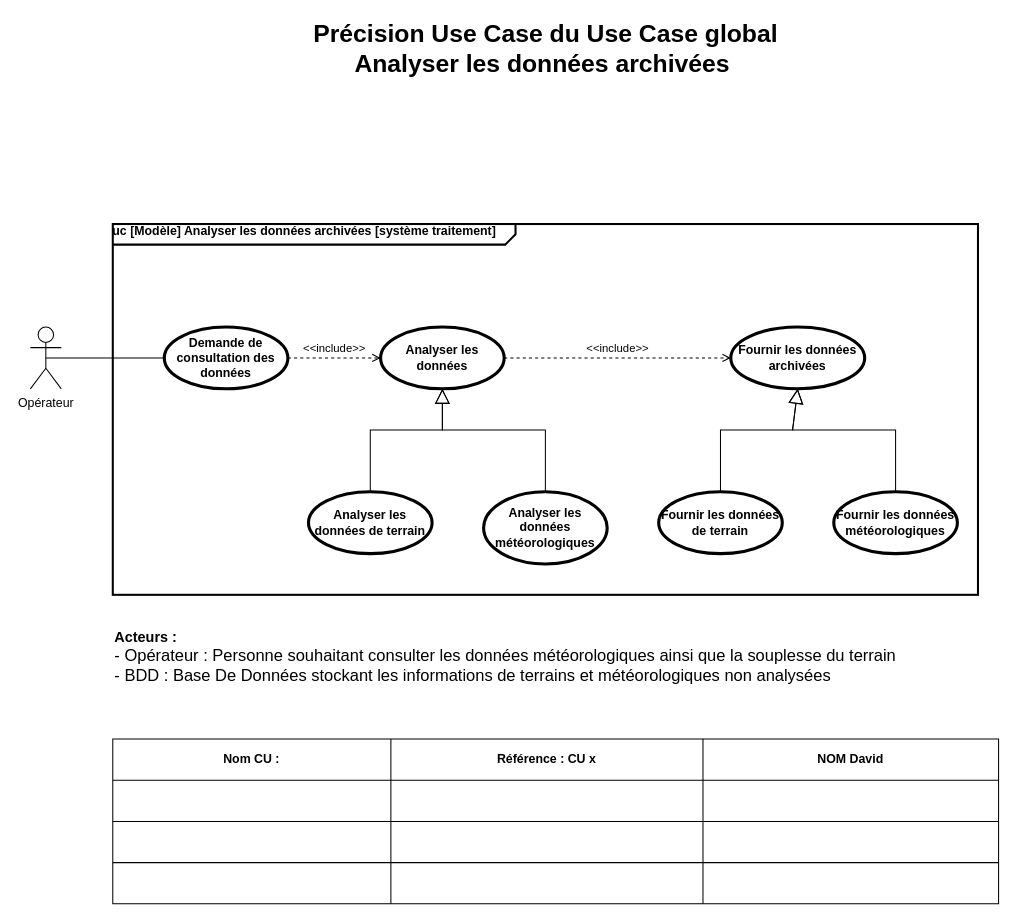
ToGen49/Hippodrome keeps this draw.io diagram as SYSML/UseCase/D-UC_Analyser_les_donnees_archivees-F1.drawio. Above is the earlier version. Source tidied: cells renumbered, new cells numbered last; positions are measured from the earlier drawing's top-left corner, leaving out a move shared by most shapes. Both pictures are drawn from the tidied source at 103%, with x=0, y=0 at pixel (30, 18).
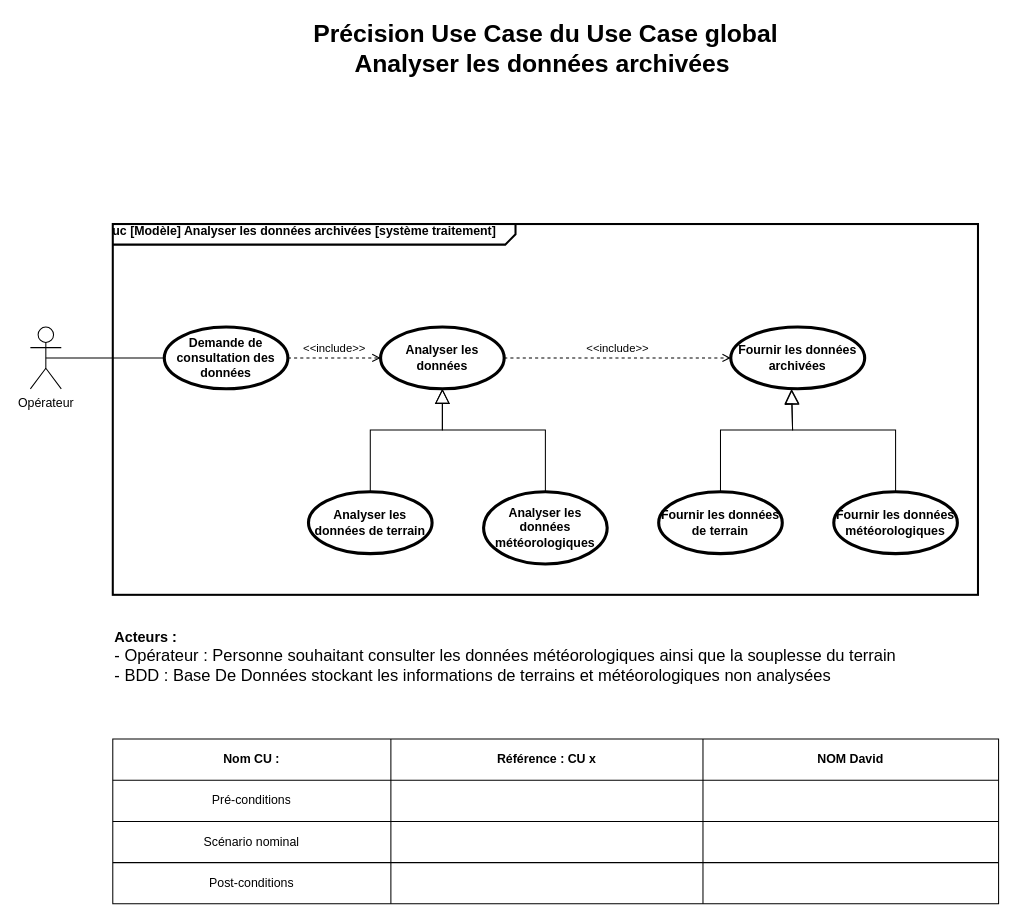
Above is the later version.

Commit message (it also covers changes not shown here):
Mettre à jour D-UC_Analyser_les_donnees_archivees-F1.drawio

The change refers to these unchanged cells:
```xml
<mxCell id="6" value="Fournir les données archivées" style="shape=ellipse;html=1;strokeWidth=3;fontStyle=1;whiteSpace=wrap;align=center;perimeter=ellipsePerimeter;" parent="1" vertex="1">
  <mxGeometry x="680" y="300" width="130" height="60" as="geometry" />
</mxCell>
<mxCell id="13" value="Fournir les données météorologiques" style="shape=ellipse;html=1;strokeWidth=3;fontStyle=1;whiteSpace=wrap;align=center;perimeter=ellipsePerimeter;" parent="1" vertex="1">
  <mxGeometry x="780" y="460" width="120" height="60" as="geometry" />
</mxCell>
<mxCell id="14" value="Fournir les données de terrain" style="shape=ellipse;html=1;strokeWidth=3;fontStyle=1;whiteSpace=wrap;align=center;perimeter=ellipsePerimeter;" parent="1" vertex="1">
  <mxGeometry x="610" y="460" width="120" height="60" as="geometry" />
</mxCell>
<mxCell id="25" style="shape=tableRow;horizontal=0;startSize=0;swimlaneHead=0;swimlaneBody=0;strokeColor=inherit;top=0;left=0;bottom=0;right=0;fillColor=none;" parent="20" vertex="1">
  <mxGeometry y="40" width="860" height="40" as="geometry" />
</mxCell>
<mxCell id="29" style="shape=tableRow;horizontal=0;startSize=0;swimlaneHead=0;swimlaneBody=0;strokeColor=inherit;top=0;left=0;bottom=0;right=0;fillColor=none;" parent="20" vertex="1">
  <mxGeometry y="80" width="860" height="40" as="geometry" />
</mxCell>
<mxCell id="33" style="shape=tableRow;horizontal=0;startSize=0;swimlaneHead=0;swimlaneBody=0;strokeColor=inherit;top=0;left=0;bottom=0;right=0;fillColor=none;" parent="20" vertex="1">
  <mxGeometry y="120" width="860" height="40" as="geometry" />
</mxCell>
```

The edit, as a diff of the source:
```diff
@@
-    <mxCell id="12" style="edgeStyle=none;html=1;endArrow=block;endFill=0;endSize=12;verticalAlign=bottom;rounded=0;exitX=0.5;exitY=0;exitDx=0;exitDy=0;entryX=0.5;entryY=1;entryDx=0;entryDy=0;" parent="1" edge="1" source="14" target="6">
+    <mxCell id="12" style="edgeStyle=none;html=1;endArrow=block;endFill=0;endSize=12;verticalAlign=bottom;rounded=0;exitX=0.5;exitY=0;exitDx=0;exitDy=0;entryX=0.454;entryY=1;entryDx=0;entryDy=0;entryPerimeter=0;" parent="1" edge="1" source="14" target="6">
       <mxGeometry relative="1" as="geometry">
         <Array as="points">
           <mxPoint x="670" y="400" />
           <mxPoint x="740" y="400" />
         </Array>
       </mxGeometry>
     </mxCell>
@@
-    <mxCell id="15" style="edgeStyle=none;html=1;endArrow=block;endFill=0;endSize=12;verticalAlign=bottom;rounded=0;entryX=0.5;entryY=1;entryDx=0;entryDy=0;exitX=0.5;exitY=0;exitDx=0;exitDy=0;" parent="1" edge="1" source="13" target="6">
+    <mxCell id="15" style="edgeStyle=none;html=1;endArrow=block;endFill=0;endSize=12;verticalAlign=bottom;rounded=0;entryX=0.454;entryY=1.017;entryDx=0;entryDy=0;exitX=0.5;exitY=0;exitDx=0;exitDy=0;entryPerimeter=0;" parent="1" edge="1" source="13" target="6">
       <mxGeometry relative="1" as="geometry">
         <Array as="points">
           <mxPoint x="840" y="400" />
           <mxPoint x="740" y="400" />
         </Array>
       </mxGeometry>
     </mxCell>
@@
-    <mxCell id="26" style="shape=partialRectangle;html=1;whiteSpace=wrap;strokeColor=inherit;overflow=hidden;fillColor=none;top=0;left=0;bottom=0;right=0;" parent="25" vertex="1">
+    <mxCell id="26" value="Pré-conditions" style="shape=partialRectangle;html=1;whiteSpace=wrap;strokeColor=inherit;overflow=hidden;fillColor=none;top=0;left=0;bottom=0;right=0;" parent="25" vertex="1">
       <mxGeometry width="270" height="40" as="geometry" />
     </mxCell>
@@
-    <mxCell id="30" style="shape=partialRectangle;html=1;whiteSpace=wrap;strokeColor=inherit;overflow=hidden;fillColor=none;top=0;left=0;bottom=0;right=0;" parent="29" vertex="1">
+    <mxCell id="30" value="Scénario nominal" style="shape=partialRectangle;html=1;whiteSpace=wrap;strokeColor=inherit;overflow=hidden;fillColor=none;top=0;left=0;bottom=0;right=0;" parent="29" vertex="1">
       <mxGeometry width="270" height="40" as="geometry" />
     </mxCell>
@@
-    <mxCell id="34" style="shape=partialRectangle;html=1;whiteSpace=wrap;strokeColor=inherit;overflow=hidden;fillColor=none;top=0;left=0;bottom=0;right=0;" parent="33" vertex="1">
+    <mxCell id="34" value="Post-conditions" style="shape=partialRectangle;html=1;whiteSpace=wrap;strokeColor=inherit;overflow=hidden;fillColor=none;top=0;left=0;bottom=0;right=0;" parent="33" vertex="1">
       <mxGeometry width="270" height="40" as="geometry" />
     </mxCell>
```
